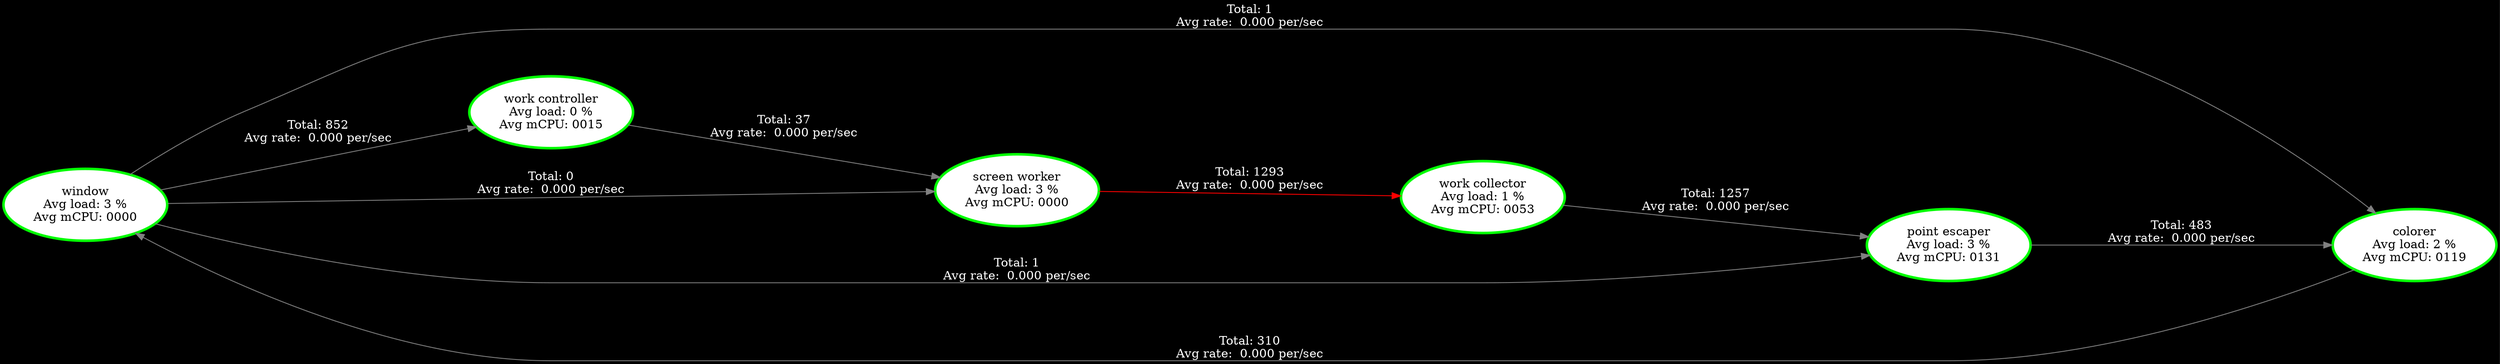
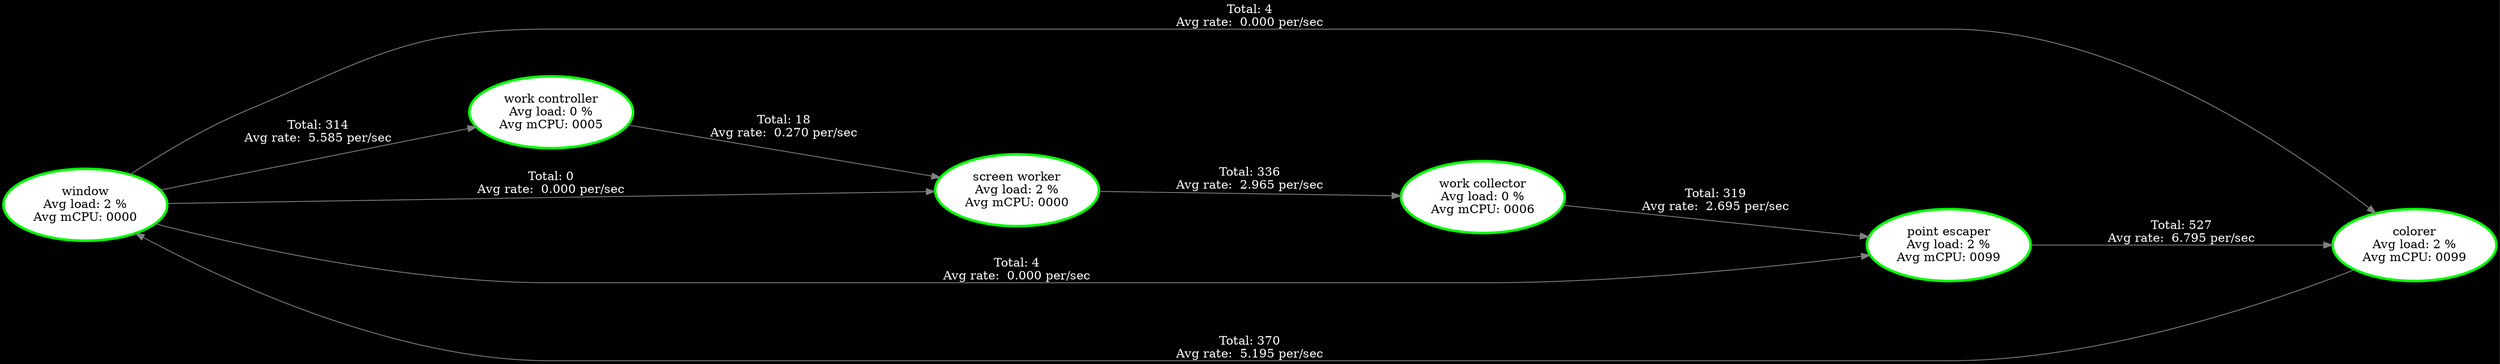
digraph G {
rankdir=LR;
graph [nodesep=.5, ranksep=2.5];
node [margin=0.1];
node [style=filled, fillcolor=white, fontcolor=black];
edge [color=white, fontcolor=white];
graph [bgcolor=black];
"window" [label="window
- Avg load: 3 %
+ Avg load: 2 %
Avg mCPU: 0000
- ", tooltip="window\n\nThreadId(24) Core:4\nWindow 12.8 secs\nstopped\n--- Stats ---\nAvg load: 3 %\nAvg mCPU: 0000 \n", color="green", penwidth=3 ];
+ ", tooltip="window\n\nThreadId(25) Core:4\nWindow 12.8 secs\n--- Stats ---\nAvg load: 2 %\nAvg mCPU: 0000 \n", color="green", penwidth=3 ];
"colorer" [label="colorer
Avg load: 2 %
- Avg mCPU: 0119
- ", tooltip="colorer\n\nThreadId(25) Core:5\nWindow 12.8 secs\n--- Stats ---\nAvg load: 2 %\nAvg mCPU: 0119 \n", color="green", penwidth=3 ];
+ Avg mCPU: 0099
+ ", tooltip="colorer\n\nThreadId(26) Core:5\nWindow 12.8 secs\n--- Stats ---\nAvg load: 2 %\nAvg mCPU: 0099 \n", color="green", penwidth=3 ];
"work controller" [label="work controller
Avg load: 0 %
- Avg mCPU: 0015
- ", tooltip="work controller\n\nThreadId(27) Core:6\nWindow 12.8 secs\nstopped\n--- Stats ---\nAvg load: 0 %\nAvg mCPU: 0015 \n", color="green", penwidth=3 ];
+ Avg mCPU: 0005
+ ", tooltip="work controller\n\nThreadId(27) Core:6\nWindow 12.8 secs\n--- Stats ---\nAvg load: 0 %\nAvg mCPU: 0005 \n", color="green", penwidth=3 ];
"screen worker" [label="screen worker
- Avg load: 3 %
+ Avg load: 2 %
Avg mCPU: 0000
- ", tooltip="screen worker\n\nThreadId(28) Core:7\nWindow 12.8 secs\nstopped\n--- Stats ---\nAvg load: 3 %\nAvg mCPU: 0000 \n", color="green", penwidth=3 ];
+ ", tooltip="screen worker\n\nThreadId(28) Core:7\nWindow 12.8 secs\n--- Stats ---\nAvg load: 2 %\nAvg mCPU: 0000 \n", color="green", penwidth=3 ];
"work collector" [label="work collector
- Avg load: 1 %
- Avg mCPU: 0053
- ", tooltip="work collector\n\nThreadId(29) Core:8\nWindow 12.8 secs\n--- Stats ---\nAvg load: 1 %\nAvg mCPU: 0053 \n", color="green", penwidth=3 ];
+ Avg load: 0 %
+ Avg mCPU: 0006
+ ", tooltip="work collector\n\nThreadId(29) Core:8\nWindow 12.8 secs\n--- Stats ---\nAvg load: 0 %\nAvg mCPU: 0006 \n", color="green", penwidth=3 ];
"point escaper" [label="point escaper
- Avg load: 3 %
- Avg mCPU: 0131
- ", tooltip="point escaper\n\nThreadId(30) Core:9\nWindow 12.8 secs\n--- Stats ---\nAvg load: 3 %\nAvg mCPU: 0131 \n", color="green", penwidth=3 ];
- "colorer" -> "window" [label="Total: 310
+ Avg load: 2 %
+ Avg mCPU: 0099
+ ", tooltip="point escaper\n\nThreadId(30) Core:9\nWindow 12.8 secs\n--- Stats ---\nAvg load: 2 %\nAvg mCPU: 0099 \n", color="green", penwidth=3 ];
+ "colorer" -> "window" [label="Total: 370
+ Avg rate:  5.195 per/sec
+ ", tooltip="Window: 25.6 secs\nCH#3: Data\n Capacity: 2\n Volume: 3 (Total: 370)\n Saturation: 0%\n", color="#808080", penwidth=1];
+ "point escaper" -> "colorer" [label="Total: 527
+ Avg rate:  6.795 per/sec
+ ", tooltip="Window: 25.6 secs\nCH#4: Data\n Capacity: 50\n Volume: 2 (Total: 527)\n Saturation: 4%\n", color="#808080", penwidth=1];
+ "screen worker" -> "work collector" [label="Total: 336
+ Avg rate:  2.965 per/sec
+ ", tooltip="Window: 25.6 secs\nCH#17: Data\n Capacity: 50\n Volume: 0 (Total: 336)\n Saturation: 0%\n", color="#808080", penwidth=1];
+ "window" -> "colorer" [label="Total: 4
Avg rate:  0.000 per/sec
- ", tooltip="Window: 25.6 secs\nCH#3: Data\n Capacity: 2\n Volume: 0 (Total: 310)\n Saturation: 0%\n", color="#808080", penwidth=1];
- "point escaper" -> "colorer" [label="Total: 483
+ ", tooltip="Window: 25.6 secs\nCH#1: Data\n Capacity: 50\n Volume: 0 (Total: 4)\n Saturation: 0%\n", color="#808080", penwidth=1];
+ "window" -> "point escaper" [label="Total: 4
Avg rate:  0.000 per/sec
- ", tooltip="Window: 25.6 secs\nCH#9: Data\n Capacity: 50\n Volume: 3 (Total: 483)\n Saturation: 0%\n", color="#808080", penwidth=1];
- "screen worker" -> "work collector" [label="Total: 1293
- Avg rate:  0.000 per/sec
- ", tooltip="Window: 25.6 secs\nCH#17: Data\n Capacity: 50\n Volume: 50 (Total: 1293)\n Saturation: 0%\n", color="#FF0000", penwidth=1];
- "window" -> "colorer" [label="Total: 1
- Avg rate:  0.000 per/sec
- ", tooltip="Window: 25.6 secs\nCH#1: Data\n Capacity: 50\n Volume: 0 (Total: 1)\n Saturation: 0%\n", color="#808080", penwidth=1];
- "window" -> "point escaper" [label="Total: 1
- Avg rate:  0.000 per/sec
- ", tooltip="Window: 25.6 secs\nCH#2: Data\n Capacity: 50\n Volume: 0 (Total: 1)\n Saturation: 0%\n", color="#808080", penwidth=1];
+ ", tooltip="Window: 25.6 secs\nCH#2: Data\n Capacity: 50\n Volume: 0 (Total: 4)\n Saturation: 0%\n", color="#808080", penwidth=1];
"window" -> "screen worker" [label="Total: 0
Avg rate:  0.000 per/sec
- ", tooltip="Window: 25.6 secs\nCH#5: Data\n Capacity: 50\n Volume: 0 (Total: 0)\n Saturation: 0%\n", color="#808080", penwidth=1];
- "window" -> "work controller" [label="Total: 852
- Avg rate:  0.000 per/sec
- ", tooltip="Window: 25.6 secs\nCH#4: Data\n Capacity: 50\n Volume: 0 (Total: 852)\n Saturation: 0%\n", color="#808080", penwidth=1];
- "work collector" -> "point escaper" [label="Total: 1257
- Avg rate:  0.000 per/sec
- ", tooltip="Window: 25.6 secs\nCH#18: Data\n Capacity: 50\n Volume: 3 (Total: 1257)\n Saturation: 0%\n", color="#808080", penwidth=1];
- "work controller" -> "screen worker" [label="Total: 37
- Avg rate:  0.000 per/sec
- ", tooltip="Window: 25.6 secs\nCH#10: Data\n Capacity: 50\n Volume: 0 (Total: 37)\n Saturation: 0%\n", color="#808080", penwidth=1];
+ ", tooltip="Window: 25.6 secs\nCH#7: Data\n Capacity: 50\n Volume: 0 (Total: 0)\n Saturation: 0%\n", color="#808080", penwidth=1];
+ "window" -> "work controller" [label="Total: 314
+ Avg rate:  5.585 per/sec
+ ", tooltip="Window: 25.6 secs\nCH#5: Data\n Capacity: 50\n Volume: 0 (Total: 314)\n Saturation: 0%\n", color="#808080", penwidth=1];
+ "work collector" -> "point escaper" [label="Total: 319
+ Avg rate:  2.695 per/sec
+ ", tooltip="Window: 25.6 secs\nCH#21: Data\n Capacity: 50\n Volume: 0 (Total: 319)\n Saturation: 0%\n", color="#808080", penwidth=1];
+ "work controller" -> "screen worker" [label="Total: 18
+ Avg rate:  0.270 per/sec
+ ", tooltip="Window: 25.6 secs\nCH#13: Data\n Capacity: 50\n Volume: 0 (Total: 18)\n Saturation: 0%\n", color="#808080", penwidth=1];
}
